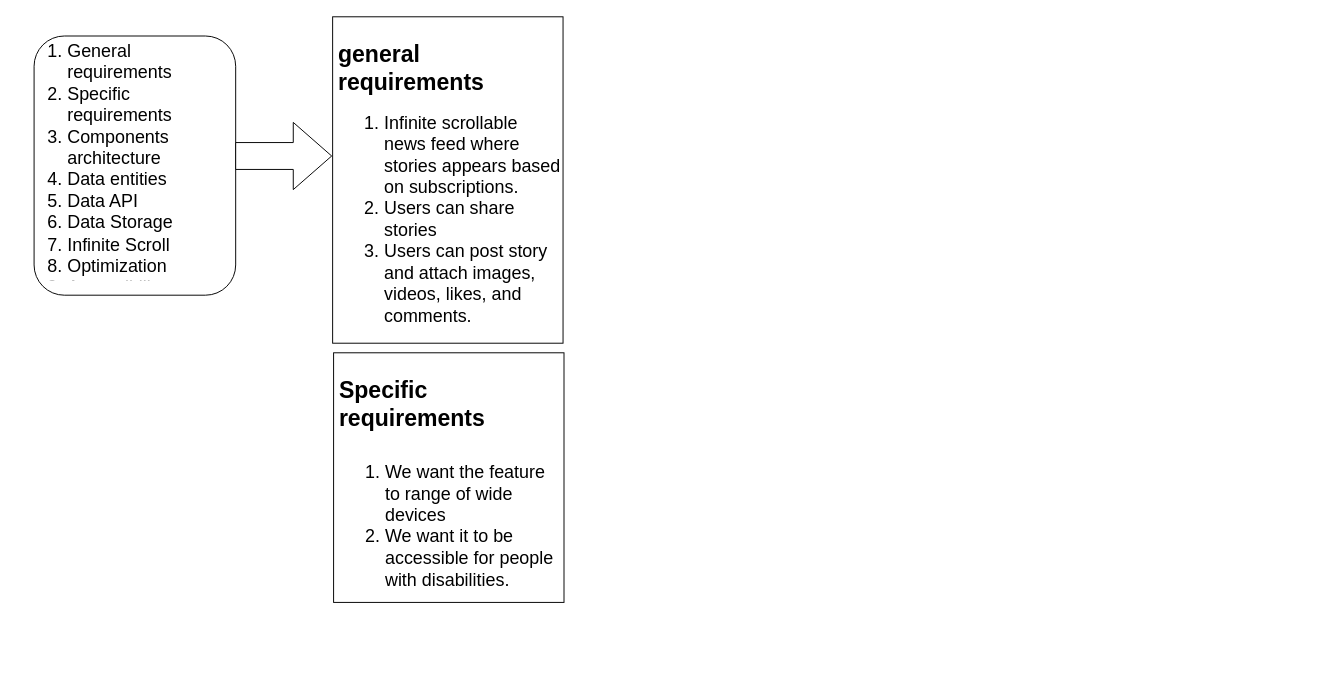
Earlier version of the draw.io diagram Frontend-System-Design.drawio (GideonOdiokine/Frontend-system-design). Source tidied: cells renumbered, new cells numbered last; positions are measured from the earlier drawing's top-left corner, leaving out a move shared by most shapes. Both pictures are drawn from the tidied source at 96%, with x=0, y=0 at pixel (16, 16).
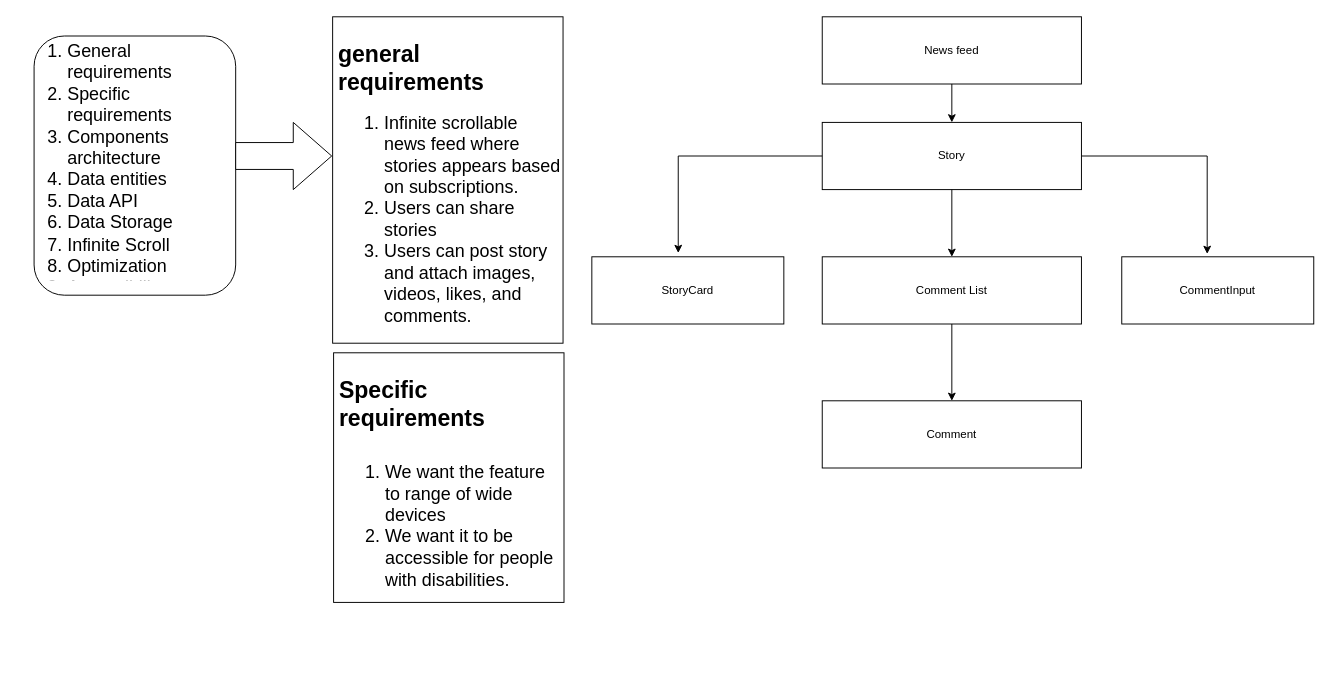
After the change.

Diff of the diagram source:
```diff
@@
+    <mxCell id="11" style="group;" parent="1" vertex="1">
+      <mxGeometry x="599" width="752" height="470" as="geometry" />
+    </mxCell>
+    <mxCell id="12" value="News feed " style="rounded=0;whiteSpace=wrap;html=1;" parent="11" vertex="1">
+      <mxGeometry x="240" width="270" height="70" as="geometry" />
+    </mxCell>
+    <mxCell id="13" value="Story" style="rounded=0;whiteSpace=wrap;html=1;" parent="11" vertex="1">
+      <mxGeometry x="240" y="110" width="270" height="70" as="geometry" />
+    </mxCell>
+    <mxCell id="14" style="edgeStyle=orthogonalEdgeStyle;rounded=0;jettySize=auto;html=1;entryX=0.5;entryY=0;entryDx=0;entryDy=0;" parent="11" edge="1" source="12" target="13">
+      <mxGeometry relative="1" as="geometry" />
+    </mxCell>
+    <mxCell id="15" value="Comment List" style="rounded=0;whiteSpace=wrap;html=1;" parent="11" vertex="1">
+      <mxGeometry x="240" y="250" width="270" height="70" as="geometry" />
+    </mxCell>
+    <mxCell id="16" style="edgeStyle=orthogonalEdgeStyle;rounded=0;jettySize=auto;html=1;" parent="11" edge="1" source="13" target="15">
+      <mxGeometry relative="1" as="geometry" />
+    </mxCell>
+    <mxCell id="17" value="StoryCard" style="rounded=0;whiteSpace=wrap;html=1;" parent="11" vertex="1">
+      <mxGeometry y="250" width="200" height="70" as="geometry" />
+    </mxCell>
+    <mxCell id="18" value="CommentInput" style="rounded=0;whiteSpace=wrap;html=1;" parent="11" vertex="1">
+      <mxGeometry x="552" y="250" width="200" height="70" as="geometry" />
+    </mxCell>
+    <mxCell id="19" value="Comment" style="rounded=0;whiteSpace=wrap;html=1;" parent="11" vertex="1">
+      <mxGeometry x="240" y="400" width="270" height="70" as="geometry" />
+    </mxCell>
+    <mxCell id="20" style="edgeStyle=orthogonalEdgeStyle;rounded=0;jettySize=auto;html=1;entryX=0.445;entryY=-0.043;entryDx=0;entryDy=0;entryPerimeter=0;" parent="11" edge="1" source="13" target="18">
+      <mxGeometry relative="1" as="geometry" />
+    </mxCell>
+    <mxCell id="21" style="edgeStyle=orthogonalEdgeStyle;rounded=0;jettySize=auto;html=1;entryX=0.5;entryY=0;entryDx=0;entryDy=0;" parent="11" edge="1" source="15" target="19">
+      <mxGeometry relative="1" as="geometry" />
+    </mxCell>
+    <mxCell id="22" style="edgeStyle=orthogonalEdgeStyle;rounded=0;jettySize=auto;html=1;entryX=0.45;entryY=-0.057;entryDx=0;entryDy=0;entryPerimeter=0;" parent="11" edge="1" source="13" target="17">
+      <mxGeometry relative="1" as="geometry" />
+    </mxCell>
```
